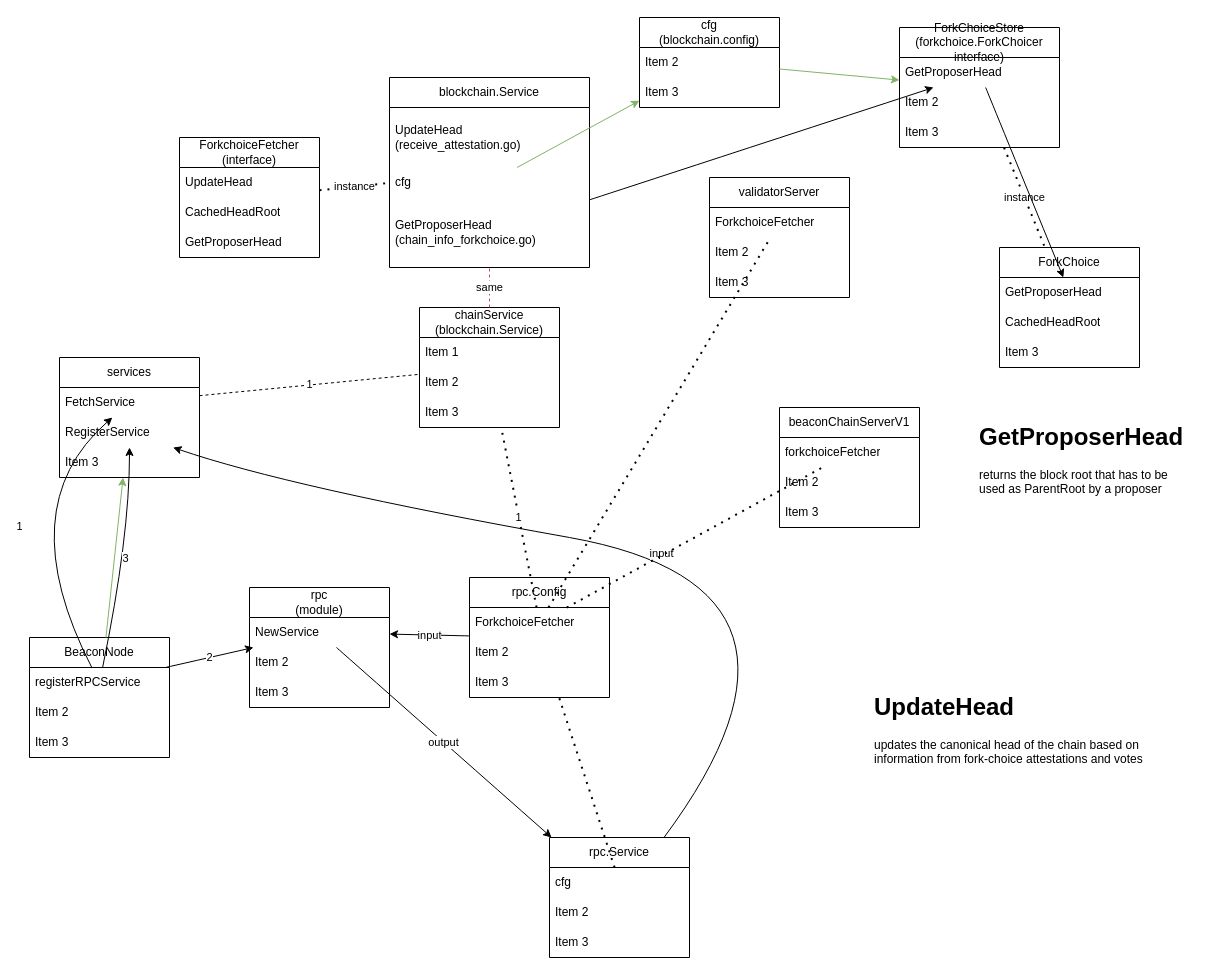
Earlier version of the draw.io diagram page "ForkchoiceFetcher" (10 of 14) of eth/beacon.drawio (uz2020/draw). Source tidied: cells renumbered, new cells numbered last; positions are measured from the earlier drawing's top-left corner, leaving out a move shared by most shapes. Both pictures are drawn from the tidied source at 100%, with x=0, y=0 at pixel (9, 17).
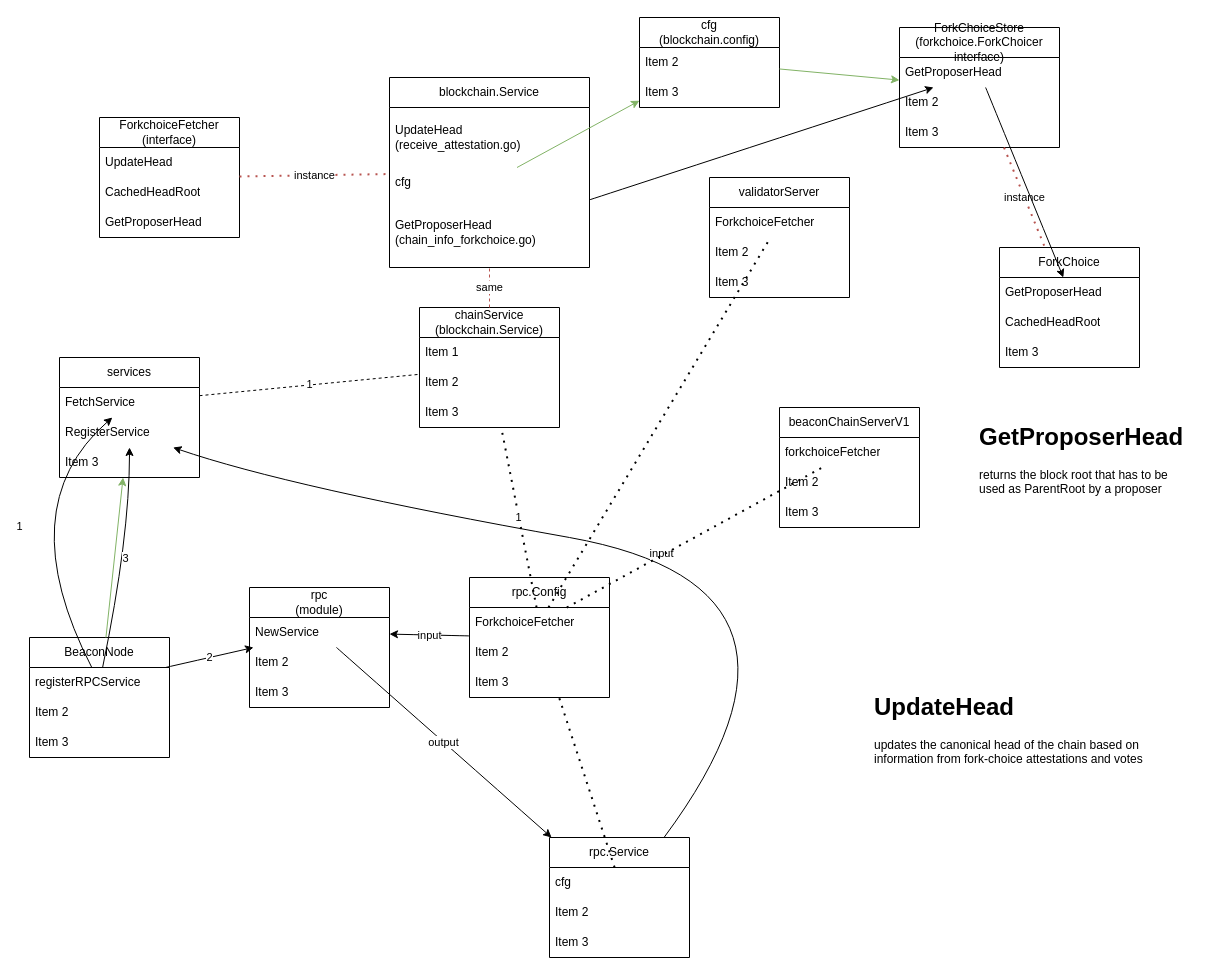
The same diagram, later.

Unchanged cells that the change refers to:
```xml
<mxCell id="50" value="blockchain.Service" style="swimlane;fontStyle=0;horizontal=1;startSize=30;whiteSpace=wrap;html=1;" parent="1" vertex="1">
  <mxGeometry x="380" y="60" width="200" height="190" as="geometry" />
</mxCell>
<mxCell id="60" value="ForkChoiceStore&lt;br&gt;(forkchoice.ForkChoicer interface)" style="swimlane;fontStyle=0;horizontal=1;startSize=30;whiteSpace=wrap;html=1;" parent="1" vertex="1">
  <mxGeometry x="890" y="10" width="160" height="120" as="geometry" />
</mxCell>
<mxCell id="66" value="ForkChoice" style="swimlane;fontStyle=0;horizontal=1;startSize=30;whiteSpace=wrap;html=1;" parent="1" vertex="1">
  <mxGeometry x="990" y="230" width="140" height="120" as="geometry" />
</mxCell>
```

The edit, as a diff of the source:
```diff
@@
     <mxCell id="2" value="ForkchoiceFetcher&lt;br&gt;(interface)" style="swimlane;fontStyle=0;horizontal=1;startSize=30;whiteSpace=wrap;html=1;" parent="1" vertex="1">
-      <mxGeometry x="170" y="120" width="140" height="120" as="geometry" />
+      <mxGeometry x="90" y="100" width="140" height="120" as="geometry" />
     </mxCell>
@@
-    <mxCell id="54" value="instance" style="endArrow=none;dashed=1;html=1;dashPattern=1 3;strokeWidth=2;rounded=0;" parent="1" edge="1" source="2" target="50">
+    <mxCell id="54" value="instance" style="endArrow=none;dashed=1;html=1;dashPattern=1 3;strokeWidth=2;rounded=0;fillColor=#f8cecc;strokeColor=#b85450;" parent="1" edge="1" source="2" target="50">
       <mxGeometry relative="1" as="geometry" />
     </mxCell>
@@
-    <mxCell id="70" value="instance" style="endArrow=none;dashed=1;html=1;dashPattern=1 3;strokeWidth=2;rounded=0;" parent="1" edge="1" source="60" target="66">
+    <mxCell id="70" value="instance" style="endArrow=none;dashed=1;html=1;dashPattern=1 3;strokeWidth=2;rounded=0;fillColor=#f8cecc;strokeColor=#b85450;" parent="1" edge="1" source="60" target="66">
       <mxGeometry relative="1" as="geometry" />
     </mxCell>
```
